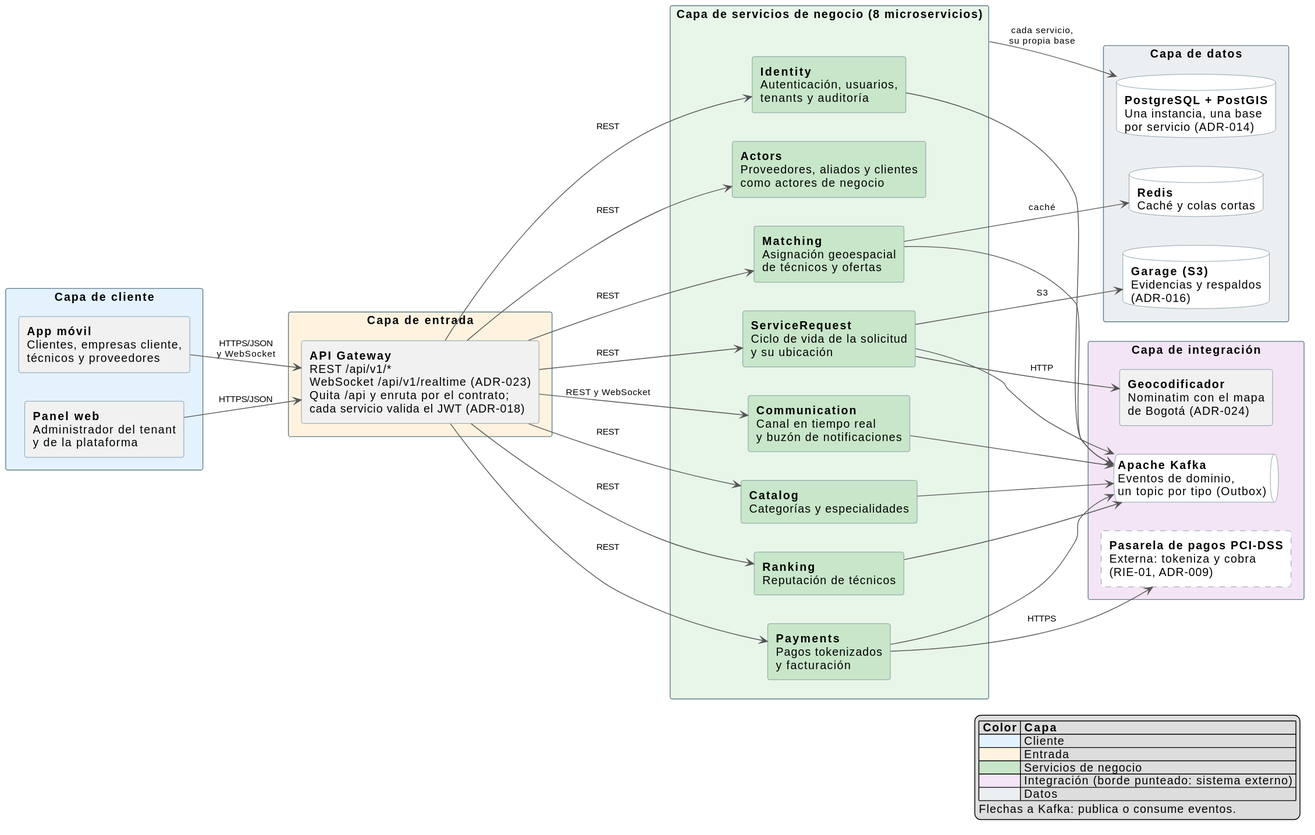
Above: docs/architecture/diagrams/sdd/01_vista_logica_capas.svg in ARQUI-202630/quickpatch (PlantUML), before the change.
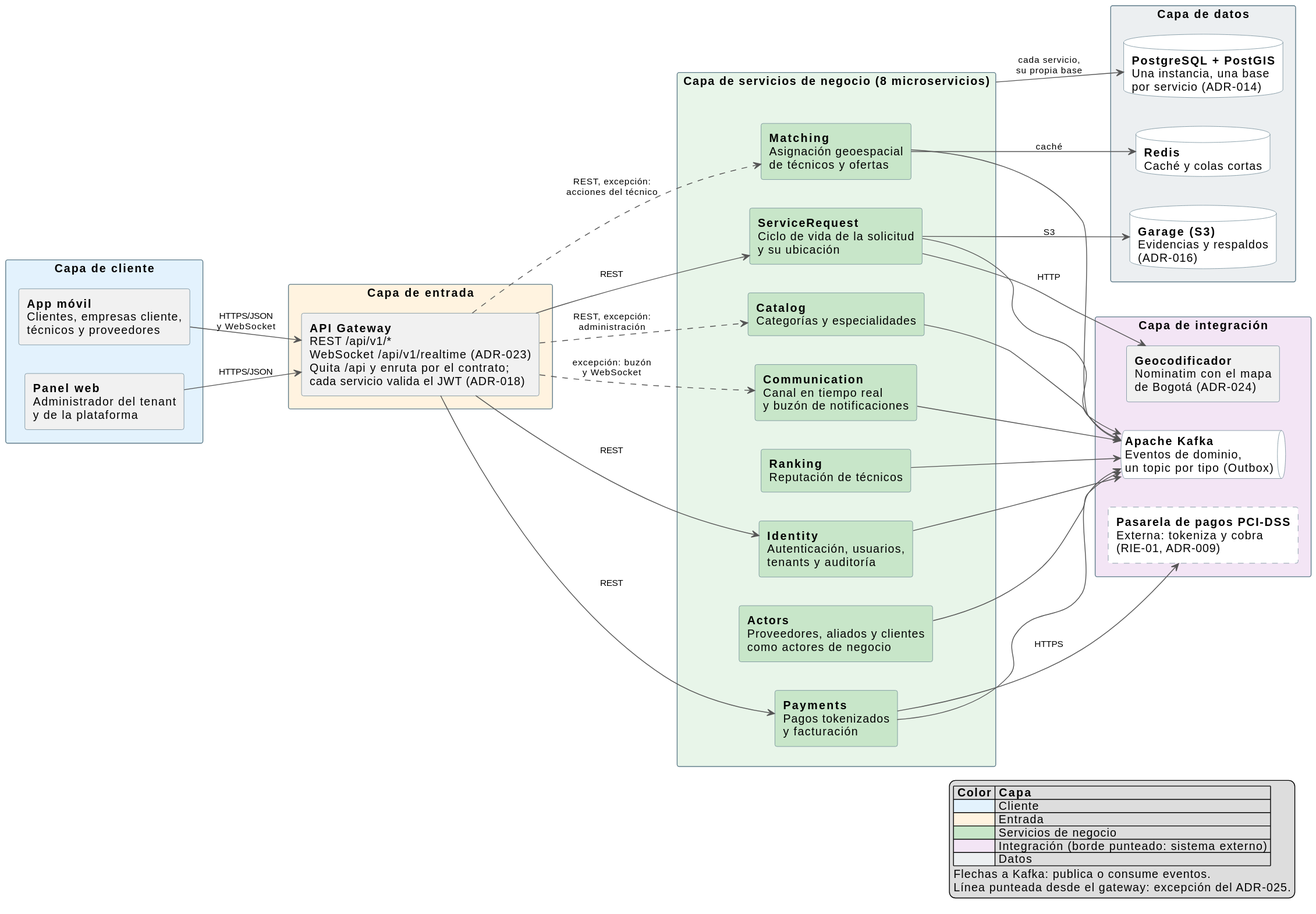
The same file after the commit.

Commit message:
docs(arquitectura): ADR-025, REST solo hacia Identity, ServiceRequest y Payments

Diff of the diagram source:
```diff
@@ -68,15 +68,14 @@
 PANEL --> GW : HTTPS/JSON
 
 GW --> IDENTITY : REST
-GW --> ACTORS : REST
-GW --> CATALOG : REST
 GW --> SR : REST
-GW --> MATCHING : REST
-GW --> RANKING : REST
 GW --> PAYMENTS : REST
-GW --> COMMUNICATION : REST y WebSocket
+GW ..> MATCHING : REST, excepción:\nacciones del técnico
+GW ..> CATALOG : REST, excepción:\nadministración
+GW ..> COMMUNICATION : excepción: buzón\ny WebSocket
 
 IDENTITY --> KAFKA
+ACTORS --> KAFKA
 CATALOG --> KAFKA
 SR --> KAFKA
 MATCHING --> KAFKA
@@ -98,5 +97,6 @@
   |<#F3E5F5>| Integración (borde punteado: sistema externo) |
   |<#ECEFF1>| Datos |
   Flechas a Kafka: publica o consume eventos.
+  Línea punteada desde el gateway: excepción del ADR-025.
 endlegend
 @enduml
```
